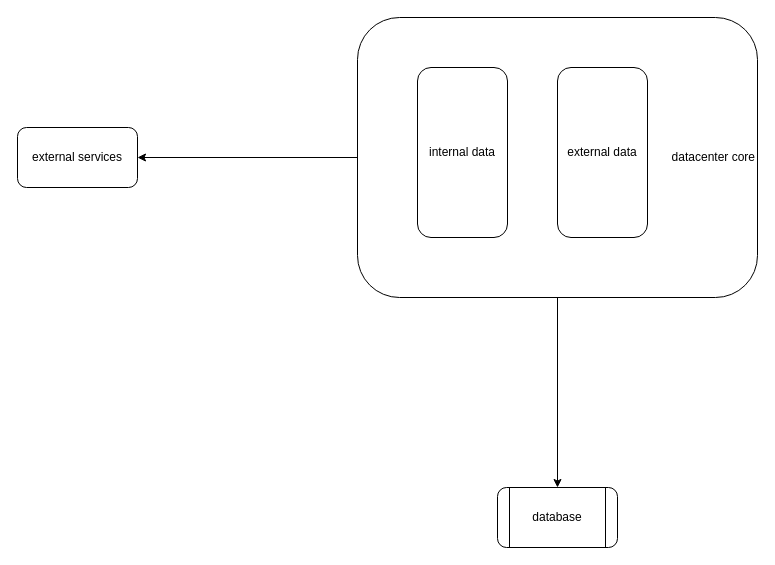
Above: Untitled Diagram.drawio in cmal/diagrams.net (draw.io), before the change. Source tidied: cells renumbered, new cells numbered last; positions are measured from the earlier drawing's top-left corner, leaving out a move shared by most shapes. Both pictures are drawn from the tidied source at 100%, with x=0, y=0 at pixel (17, 17).
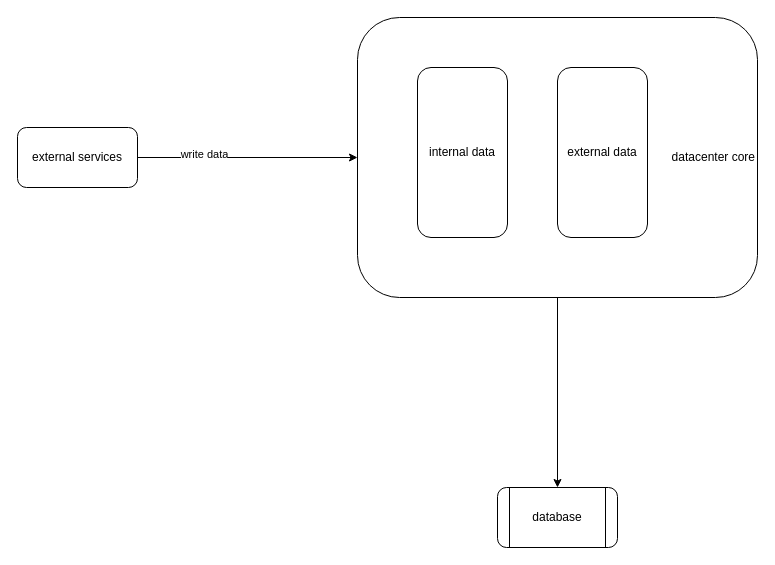
The same page after the edit.

Diff of the diagram source:
```diff
@@
 <mxGraphModel>
   <root>
     <mxCell id="0" />
     <mxCell id="1" parent="0" />
-    <mxCell id="2" style="rounded=1;whiteSpace=wrap;html=1;" parent="1" vertex="1">
-      <mxGeometry x="380" y="20" width="330" height="240" as="geometry" />
-    </mxCell>
-    <mxCell id="3" style="edgeStyle=orthogonalEdgeStyle;rounded=0;jettySize=auto;html=1;" parent="1" edge="1" source="5" target="8">
-      <mxGeometry relative="1" as="geometry" />
-    </mxCell>
     <mxCell id="4" style="edgeStyle=orthogonalEdgeStyle;rounded=0;jettySize=auto;html=1;" parent="1" edge="1" source="5" target="9">
       <mxGeometry relative="1" as="geometry" />
     </mxCell>
     <mxCell id="5" value="datacenter core" style="rounded=1;whiteSpace=wrap;html=1;align=right;" parent="1" vertex="1">
       <mxGeometry x="340" width="400" height="280" as="geometry" />
     </mxCell>
     <mxCell id="6" value="internal data" style="rounded=1;whiteSpace=wrap;html=1;" parent="1" vertex="1">
       <mxGeometry x="400" y="50" width="90" height="170" as="geometry" />
     </mxCell>
     <mxCell id="7" value="external data" style="rounded=1;whiteSpace=wrap;html=1;" parent="1" vertex="1">
       <mxGeometry x="540" y="50" width="90" height="170" as="geometry" />
     </mxCell>
     <mxCell id="8" value="external services" style="whiteSpace=wrap;html=1;align=center;rounded=1;" parent="1" vertex="1">
       <mxGeometry y="110" width="120" height="60" as="geometry" />
     </mxCell>
     <mxCell id="9" value="&lt;div&gt;&lt;span&gt;database&lt;/span&gt;&lt;/div&gt;" style="shape=process;whiteSpace=wrap;html=1;backgroundOutline=1;align=center;rounded=1;" parent="1" vertex="1">
       <mxGeometry x="480" y="470" width="120" height="60" as="geometry" />
     </mxCell>
+    <mxCell id="10" style="endArrow=classic;html=1;rounded=0;exitX=1;exitY=0.5;exitDx=0;exitDy=0;entryX=0;entryY=0.5;entryDx=0;entryDy=0;" parent="1" edge="1" source="8" target="5">
+      <mxGeometry relative="1" as="geometry" />
+    </mxCell>
+    <mxCell id="11" value="write data" style="edgeLabel;html=1;align=center;verticalAlign=middle;" parent="10" vertex="1">
+      <mxGeometry x="-0.4" y="4" relative="1" as="geometry" />
+    </mxCell>
   </root>
 </mxGraphModel>
```
